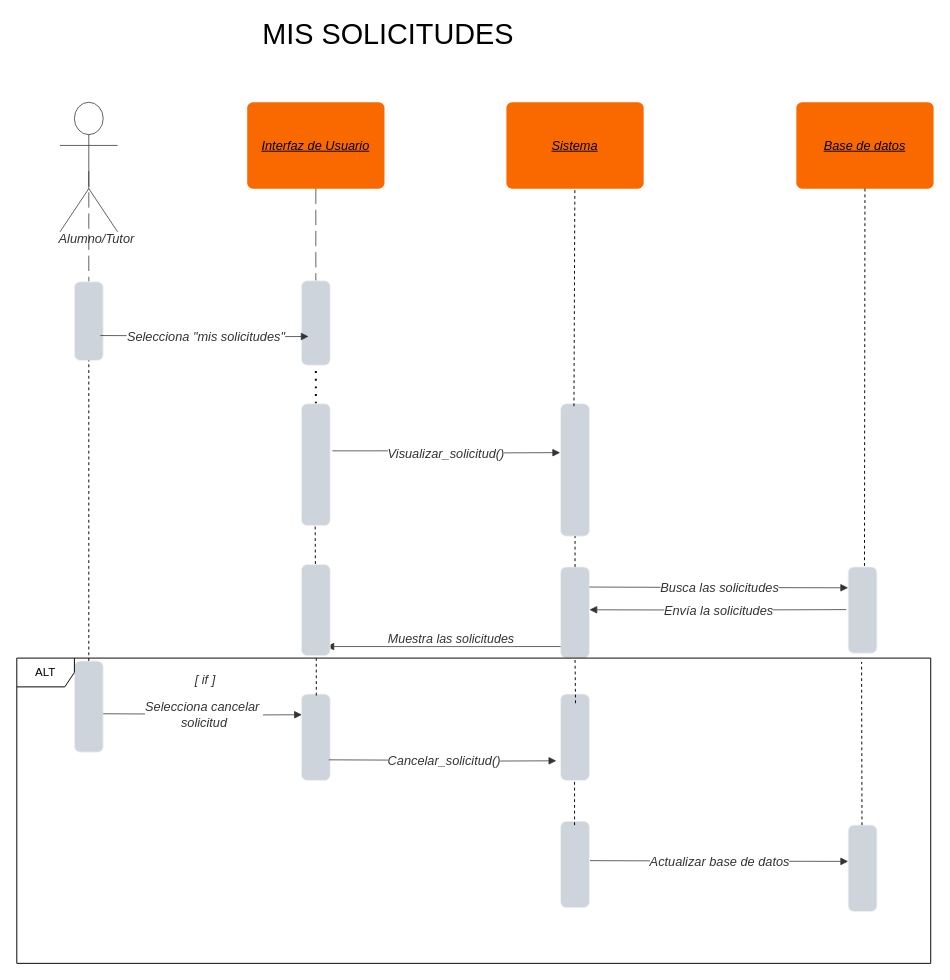
Above: page "mis_solicitudes" (8 of 12) of diagrama_secuencia.drawio in TP-SE1/TP_SOS-UC (draw.io), before the change. Source tidied: cells renumbered, new cells numbered last; positions are measured from the earlier drawing's top-left corner, leaving out a move shared by most shapes. Both pictures are drawn from the tidied source at 96%, with x=0, y=0 at pixel (16, 19).
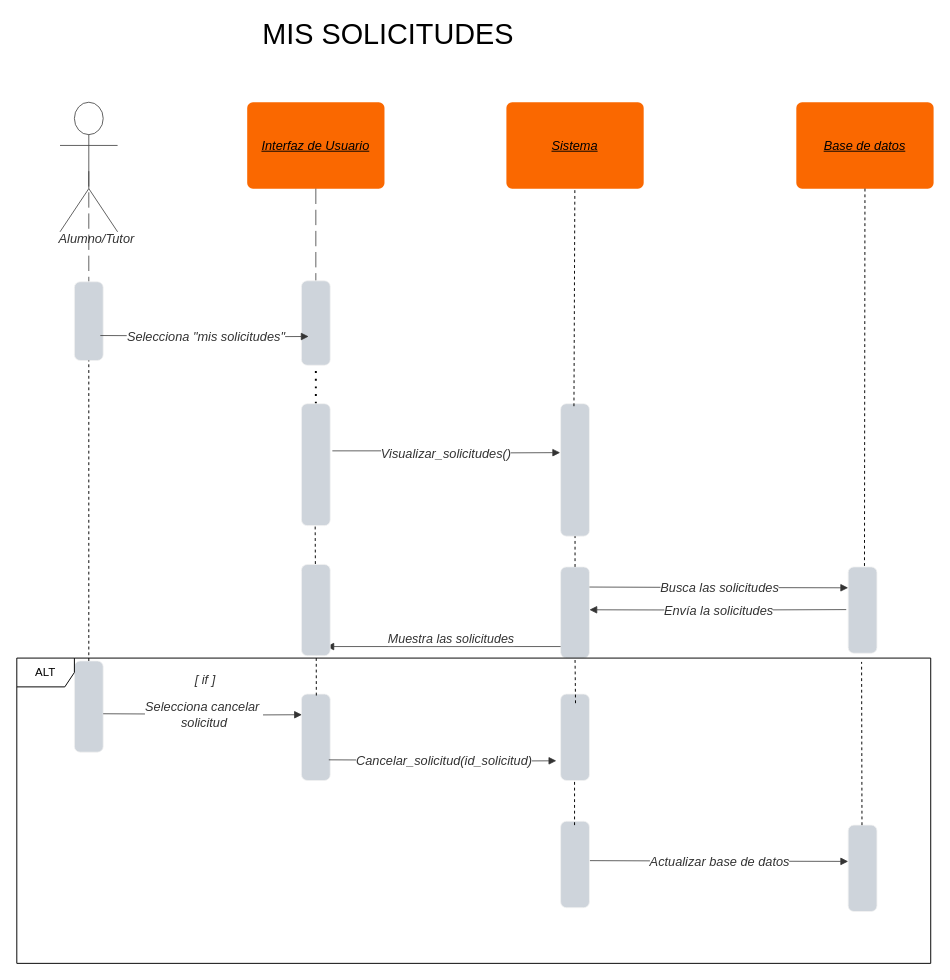
The same page after the edit.

Unchanged cells that the change refers to:
```xml
<mxCell id="6" style="html=1;jettySize=18;whiteSpace=wrap;fontSize=13;strokeColor=#333333;strokeOpacity=100;strokeWidth=0.8;rounded=1;arcSize=10;edgeStyle=orthogonalEdgeStyle;startArrow=none;endArrow=block;endFill=1;exitX=1.074;exitY=0.387;exitPerimeter=0;lucidId=Yu5M8hheeUyh;exitDx=0;exitDy=0;" parent="1" edge="1" source="18">
  <mxGeometry relative="1" as="geometry">
    <mxPoint x="566" y="451" as="targetPoint" />
  </mxGeometry>
</mxCell>
<mxCell id="39" style="html=1;jettySize=18;whiteSpace=wrap;fontSize=13;strokeColor=#333333;strokeOpacity=100;strokeWidth=0.8;rounded=1;arcSize=10;edgeStyle=orthogonalEdgeStyle;startArrow=none;endArrow=block;endFill=1;lucidId=Yu5M0A2JVvTe;" parent="1" edge="1">
  <mxGeometry relative="1" as="geometry">
    <mxPoint x="325" y="771" as="sourcePoint" />
    <mxPoint x="562" y="772" as="targetPoint" />
  </mxGeometry>
</mxCell>
```

Diff of the diagram source:
```diff
@@
-    <mxCell id="7" value="Visualizar_solicitud()" style="text;html=1;labelBackgroundColor=default;align=center;verticalAlign=middle;fontStyle=2;fontColor=#333333;fontSize=13.3;" parent="6" vertex="1">
+    <mxCell id="7" value="Visualizar_solicitudes()" style="text;html=1;labelBackgroundColor=default;align=center;verticalAlign=middle;fontStyle=2;fontColor=#333333;fontSize=13.3;" parent="6" vertex="1">
       <mxGeometry relative="1" as="geometry" />
     </mxCell>
@@
-    <mxCell id="40" value="Cancelar_solicitud()" style="text;html=1;labelBackgroundColor=default;align=center;verticalAlign=middle;fontStyle=2;fontColor=#333333;fontSize=13.3;" parent="39" vertex="1">
+    <mxCell id="40" value="Cancelar_solicitud(id_solicitud)" style="text;html=1;labelBackgroundColor=default;align=center;verticalAlign=middle;fontStyle=2;fontColor=#333333;fontSize=13.3;" parent="39" vertex="1">
       <mxGeometry relative="1" as="geometry" />
     </mxCell>
```
